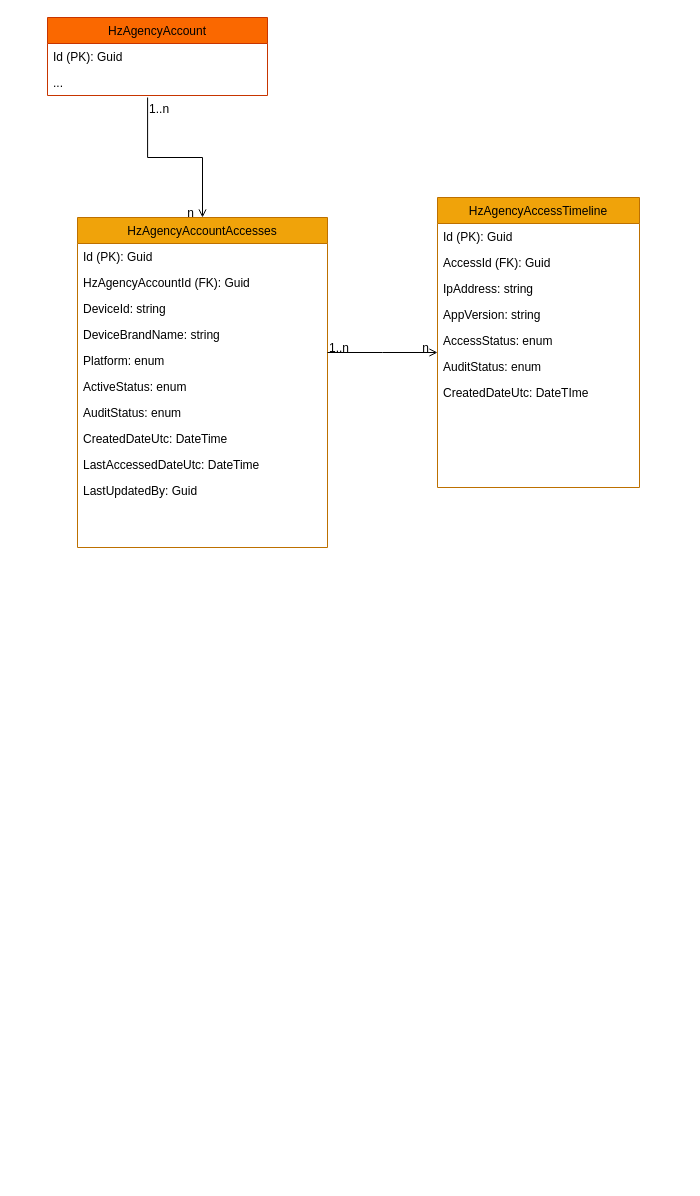
Earlier version of the draw.io diagram Untitled Diagram.drawio (blackpigkun/Week1Homework). Source tidied: cells renumbered, new cells numbered last; positions are measured from the earlier drawing's top-left corner, leaving out a move shared by most shapes. Both pictures are drawn from the tidied source at 100%, with x=0, y=0 at pixel (47, 17).
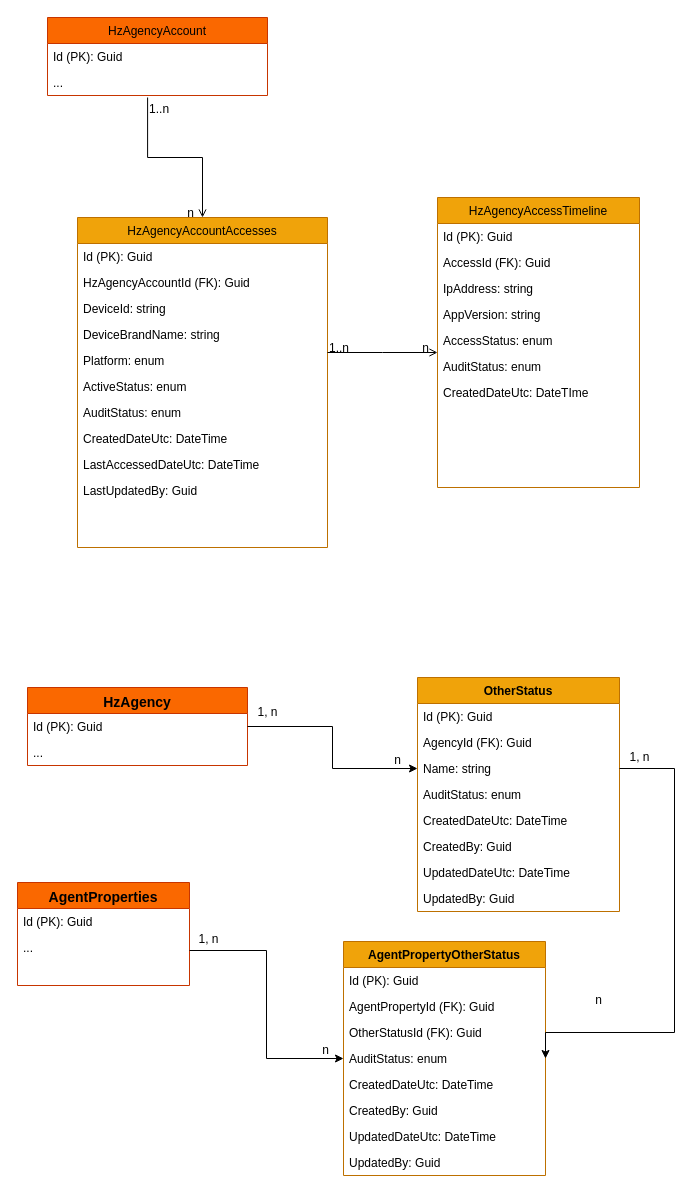
The same page after the edit.

Diff of the diagram source:
```diff
@@
+    <mxCell id="30" value="HzAgency" style="swimlane;fontStyle=1;align=center;verticalAlign=top;horizontal=1;startSize=26;rounded=0;shadow=0;strokeWidth=1;fillColor=#fa6800;fontColor=#000000;strokeColor=#C73500;fontSize=14;" parent="1" vertex="1">
+      <mxGeometry x="-20" y="670" width="220" height="78" as="geometry" />
+    </mxCell>
+    <mxCell id="31" value="Id (PK): Guid" style="text;align=left;verticalAlign=top;spacingLeft=4;spacingRight=4;overflow=hidden;points=[[0,0.5],[1,0.5]];portConstraint=eastwest;" parent="30" vertex="1">
+      <mxGeometry y="26" width="220" height="26" as="geometry" />
+    </mxCell>
+    <mxCell id="32" value="..." style="text;align=left;verticalAlign=top;spacingLeft=4;spacingRight=4;overflow=hidden;" parent="30" vertex="1">
+      <mxGeometry y="52" width="220" height="26" as="geometry" />
+    </mxCell>
+    <mxCell id="33" value="OtherStatus" style="swimlane;fontStyle=1;align=center;verticalAlign=top;horizontal=1;startSize=26;rounded=0;shadow=0;strokeWidth=1;fillColor=#f0a30a;fontColor=#000000;strokeColor=#BD7000;" parent="1" vertex="1">
+      <mxGeometry x="370" y="660" width="202" height="234" as="geometry" />
+    </mxCell>
+    <mxCell id="34" value="Id (PK): Guid&#10;" style="text;align=left;verticalAlign=top;spacingLeft=4;spacingRight=4;overflow=hidden;" parent="33" vertex="1">
+      <mxGeometry y="26" width="202" height="26" as="geometry" />
+    </mxCell>
+    <mxCell id="35" value="AgencyId (FK): Guid&#10;" style="text;align=left;verticalAlign=top;spacingLeft=4;spacingRight=4;overflow=hidden;" parent="33" vertex="1">
+      <mxGeometry y="52" width="202" height="26" as="geometry" />
+    </mxCell>
+    <mxCell id="36" value="Name: string" style="text;align=left;verticalAlign=top;spacingLeft=4;spacingRight=4;overflow=hidden;points=[[0,0.5],[1,0.5]];portConstraint=eastwest;rounded=0;shadow=0;html=0;" parent="33" vertex="1">
+      <mxGeometry y="78" width="202" height="26" as="geometry" />
+    </mxCell>
+    <mxCell id="37" value="AuditStatus: enum" style="text;align=left;verticalAlign=top;spacingLeft=4;spacingRight=4;overflow=hidden;" parent="33" vertex="1">
+      <mxGeometry y="104" width="202" height="26" as="geometry" />
+    </mxCell>
+    <mxCell id="38" value="CreatedDateUtc: DateTime" style="text;align=left;verticalAlign=top;spacingLeft=4;spacingRight=4;overflow=hidden;rounded=0;shadow=0;html=0;" parent="33" vertex="1">
+      <mxGeometry y="130" width="202" height="26" as="geometry" />
+    </mxCell>
+    <mxCell id="39" value="CreatedBy: Guid&#10;" style="text;align=left;verticalAlign=top;spacingLeft=4;spacingRight=4;overflow=hidden;rounded=0;shadow=0;html=0;" parent="33" vertex="1">
+      <mxGeometry y="156" width="202" height="26" as="geometry" />
+    </mxCell>
+    <mxCell id="40" value="UpdatedDateUtc: DateTime" style="text;align=left;verticalAlign=top;spacingLeft=4;spacingRight=4;overflow=hidden;rounded=0;shadow=0;html=0;" parent="33" vertex="1">
+      <mxGeometry y="182" width="202" height="26" as="geometry" />
+    </mxCell>
+    <mxCell id="41" value="UpdatedBy: Guid&#10;" style="text;align=left;verticalAlign=top;spacingLeft=4;spacingRight=4;overflow=hidden;rounded=0;shadow=0;html=0;" parent="33" vertex="1">
+      <mxGeometry y="208" width="202" height="26" as="geometry" />
+    </mxCell>
+    <mxCell id="42" style="edgeStyle=orthogonalEdgeStyle;rounded=0;jettySize=auto;html=1;exitX=1;exitY=0.5;exitDx=0;exitDy=0;entryX=0;entryY=0.5;entryDx=0;entryDy=0;" parent="1" edge="1" source="31" target="36">
+      <mxGeometry relative="1" as="geometry" />
+    </mxCell>
+    <mxCell id="43" value="1, n" style="text;html=1;align=center;verticalAlign=middle;strokeColor=none;fillColor=none;" parent="1" vertex="1">
+      <mxGeometry x="200" y="680" width="40" height="30" as="geometry" />
+    </mxCell>
+    <mxCell id="44" value="n" style="text;html=1;align=center;verticalAlign=middle;strokeColor=none;fillColor=none;" parent="1" vertex="1">
+      <mxGeometry x="335" y="728" width="30" height="30" as="geometry" />
+    </mxCell>
+    <mxCell id="45" value="AgentProperties" style="swimlane;fontStyle=1;align=center;verticalAlign=top;horizontal=1;startSize=26;rounded=0;shadow=0;strokeWidth=1;fillColor=#fa6800;fontColor=#000000;strokeColor=#C73500;fontSize=14;" parent="1" vertex="1">
+      <mxGeometry x="-30" y="865" width="172" height="103" as="geometry" />
+    </mxCell>
+    <mxCell id="46" value="Id (PK): Guid" style="text;align=left;verticalAlign=top;spacingLeft=4;spacingRight=4;overflow=hidden;" parent="45" vertex="1">
+      <mxGeometry y="26" width="172" height="26" as="geometry" />
+    </mxCell>
+    <mxCell id="47" value="..." style="text;align=left;verticalAlign=top;spacingLeft=4;spacingRight=4;overflow=hidden;points=[[0,0.5],[1,0.5]];portConstraint=eastwest;" parent="45" vertex="1">
+      <mxGeometry y="52" width="172" height="32" as="geometry" />
+    </mxCell>
+    <mxCell id="48" value="AgentPropertyOtherStatus" style="swimlane;fontStyle=1;align=center;verticalAlign=top;horizontal=1;startSize=26;rounded=0;shadow=0;strokeWidth=1;fillColor=#f0a30a;fontColor=#000000;strokeColor=#BD7000;" parent="1" vertex="1">
+      <mxGeometry x="296" y="924" width="202" height="234" as="geometry" />
+    </mxCell>
+    <mxCell id="49" value="Id (PK): Guid&#10;" style="text;align=left;verticalAlign=top;spacingLeft=4;spacingRight=4;overflow=hidden;" parent="48" vertex="1">
+      <mxGeometry y="26" width="202" height="26" as="geometry" />
+    </mxCell>
+    <mxCell id="50" value="AgentPropertyId (FK): Guid&#10;" style="text;align=left;verticalAlign=top;spacingLeft=4;spacingRight=4;overflow=hidden;" parent="48" vertex="1">
+      <mxGeometry y="52" width="202" height="26" as="geometry" />
+    </mxCell>
+    <mxCell id="51" value="OtherStatusId (FK): Guid&#10;&#10;" style="text;align=left;verticalAlign=top;spacingLeft=4;spacingRight=4;overflow=hidden;" parent="48" vertex="1">
+      <mxGeometry y="78" width="202" height="26" as="geometry" />
+    </mxCell>
+    <mxCell id="52" value="AuditStatus: enum" style="text;align=left;verticalAlign=top;spacingLeft=4;spacingRight=4;overflow=hidden;points=[[0,0.5],[1,0.5]];portConstraint=eastwest;" parent="48" vertex="1">
+      <mxGeometry y="104" width="202" height="26" as="geometry" />
+    </mxCell>
+    <mxCell id="53" value="CreatedDateUtc: DateTime" style="text;align=left;verticalAlign=top;spacingLeft=4;spacingRight=4;overflow=hidden;rounded=0;shadow=0;html=0;" parent="48" vertex="1">
+      <mxGeometry y="130" width="202" height="26" as="geometry" />
+    </mxCell>
+    <mxCell id="54" value="CreatedBy: Guid&#10;" style="text;align=left;verticalAlign=top;spacingLeft=4;spacingRight=4;overflow=hidden;rounded=0;shadow=0;html=0;" parent="48" vertex="1">
+      <mxGeometry y="156" width="202" height="26" as="geometry" />
+    </mxCell>
+    <mxCell id="55" value="UpdatedDateUtc: DateTime" style="text;align=left;verticalAlign=top;spacingLeft=4;spacingRight=4;overflow=hidden;rounded=0;shadow=0;html=0;" parent="48" vertex="1">
+      <mxGeometry y="182" width="202" height="26" as="geometry" />
+    </mxCell>
+    <mxCell id="56" value="UpdatedBy: Guid&#10;" style="text;align=left;verticalAlign=top;spacingLeft=4;spacingRight=4;overflow=hidden;rounded=0;shadow=0;html=0;" parent="48" vertex="1">
+      <mxGeometry y="208" width="202" height="26" as="geometry" />
+    </mxCell>
+    <mxCell id="57" style="edgeStyle=orthogonalEdgeStyle;rounded=0;jettySize=auto;html=1;entryX=1;entryY=0.5;entryDx=0;entryDy=0;" parent="1" edge="1" source="36" target="48">
+      <mxGeometry relative="1" as="geometry">
+        <Array as="points">
+          <mxPoint x="627" y="751" />
+          <mxPoint x="627" y="1015" />
+        </Array>
+      </mxGeometry>
+    </mxCell>
+    <mxCell id="58" value="1, n" style="text;html=1;align=center;verticalAlign=middle;strokeColor=none;fillColor=none;" parent="1" vertex="1">
+      <mxGeometry x="573" y="727" width="38" height="26" as="geometry" />
+    </mxCell>
+    <mxCell id="59" value="n" style="text;html=1;align=center;verticalAlign=middle;strokeColor=none;fillColor=none;" parent="1" vertex="1">
+      <mxGeometry x="538" y="970" width="25" height="26" as="geometry" />
+    </mxCell>
+    <mxCell id="60" style="edgeStyle=orthogonalEdgeStyle;rounded=0;jettySize=auto;html=1;exitX=1;exitY=0.5;exitDx=0;exitDy=0;entryX=0;entryY=0.5;entryDx=0;entryDy=0;" parent="1" edge="1" source="47" target="52">
+      <mxGeometry relative="1" as="geometry" />
+    </mxCell>
+    <mxCell id="61" value="1, n" style="text;html=1;align=center;verticalAlign=middle;strokeColor=none;fillColor=none;" parent="1" vertex="1">
+      <mxGeometry x="142" y="909" width="38" height="26" as="geometry" />
+    </mxCell>
+    <mxCell id="62" value="n" style="text;html=1;align=center;verticalAlign=middle;strokeColor=none;fillColor=none;" parent="1" vertex="1">
+      <mxGeometry x="265" y="1020" width="25" height="26" as="geometry" />
+    </mxCell>
```
